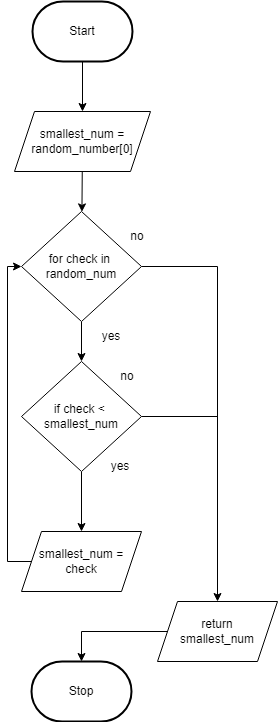
Above: Drawio/FlowChart.png in JacksonNaufal/ICS3U-Unit6-03-Python (draw.io), before the change. Source tidied: cells renumbered, new cells last; positions are measured from the earlier drawing's top-left corner, leaving out a move shared by most shapes.
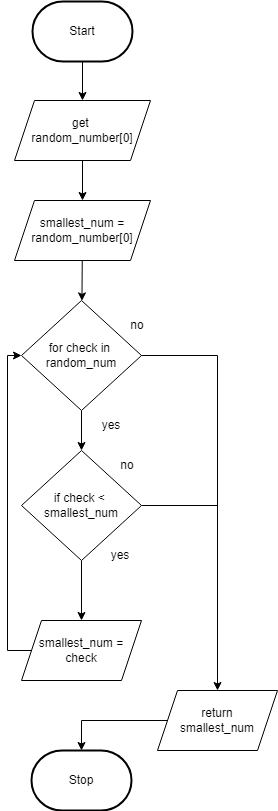
The same file after the commit.

The edit, as a diff of the source:
```diff
@@ -2,11 +2,14 @@
   <root>
     <mxCell id="0" />
     <mxCell id="1" parent="0" />
-    <mxCell id="2" style="edgeStyle=none;html=1;" parent="1" edge="1" source="3" target="13">
+    <mxCell id="2" style="edgeStyle=none;html=1;startArrow=none;" parent="1" edge="1" source="22" target="13">
       <mxGeometry relative="1" as="geometry" />
     </mxCell>
+    <mxCell id="21" style="edgeStyle=none;html=1;" parent="1" edge="1" source="3" target="22">
+      <mxGeometry relative="1" as="geometry" />
+    </mxCell>
     <mxCell id="3" value="Start" style="strokeWidth=2;html=1;shape=mxgraph.flowchart.terminator;whiteSpace=wrap;" parent="1" vertex="1">
-      <mxGeometry x="25" width="100" height="60" as="geometry" />
+      <mxGeometry x="25" y="-89" width="100" height="60" as="geometry" />
     </mxCell>
     <mxCell id="4" value="Stop" style="strokeWidth=2;html=1;shape=mxgraph.flowchart.terminator;whiteSpace=wrap;rounded=1;" parent="1" vertex="1">
       <mxGeometry x="24" y="660" width="100" height="60" as="geometry" />
@@ -74,5 +77,8 @@
     <mxCell id="20" value="return&lt;br&gt;smallest_num" style="shape=parallelogram;perimeter=parallelogramPerimeter;whiteSpace=wrap;html=1;fixedSize=1;" parent="1" vertex="1">
       <mxGeometry x="150" y="600" width="120" height="60" as="geometry" />
     </mxCell>
+    <mxCell id="22" value="get&amp;nbsp;&lt;br&gt;&lt;span style=&quot;font-family: &amp;#34;helvetica&amp;#34;&quot;&gt;random_number[0]&lt;/span&gt;" style="shape=parallelogram;perimeter=parallelogramPerimeter;whiteSpace=wrap;html=1;fixedSize=1;" parent="1" vertex="1">
+      <mxGeometry x="7" y="10" width="136" height="60" as="geometry" />
+    </mxCell>
   </root>
 </mxGraphModel>
```
